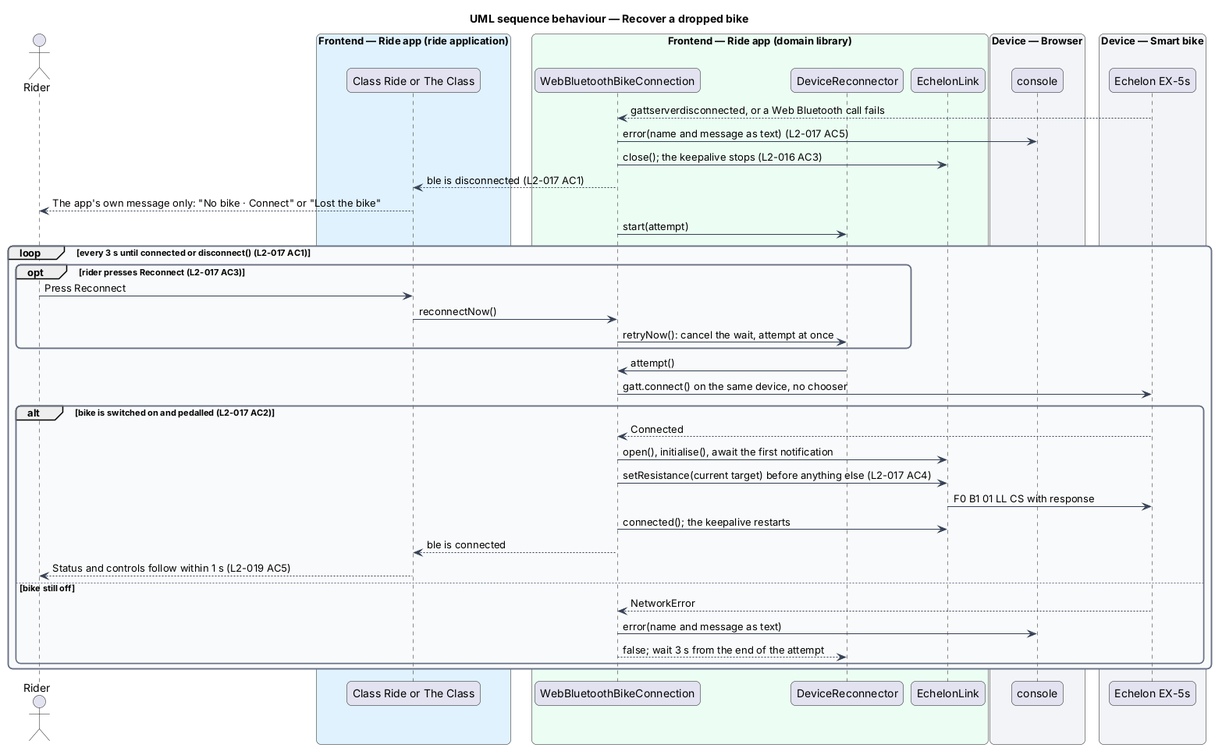
QuinntyneBrown/ride-one keeps this PlantUML diagram as docs/detailed-designs/bike/keep-the-bike-connected/diagrams/sequence-recover-a-dropped-bike.png. Above is the earlier version. The source it was exported from:
```plantuml
@startuml
title UML sequence behaviour — Recover a dropped bike
skinparam backgroundColor #FFFFFF
skinparam shadowing false
skinparam roundcorner 12
skinparam defaultFontName Arial
skinparam ArrowColor #344054
skinparam rectangle {
  BorderColor #344054
  FontColor #101828
}
skinparam package {
  BorderColor #667085
  FontColor #101828
  BackgroundColor #F9FAFB
}
actor "Rider" as rider
box "Frontend — Ride app (ride application)" #E0F2FE
  participant "Class Ride or The Class" as screen
end box
box "Frontend — Ride app (domain library)" #ECFDF3
  participant "WebBluetoothBikeConnection" as conn
  participant "DeviceReconnector" as recon
  participant "EchelonLink" as link
end box
box "Device — Browser" #F2F4F7
  participant "console" as console
end box
box "Device — Smart bike" #F2F4F7
  participant "Echelon EX-5s" as bike
end box
bike --> conn : gattserverdisconnected, or a Web Bluetooth call fails
conn -> console : error(name and message as text) (L2-017 AC5)
conn -> link : close(); the keepalive stops (L2-016 AC3)
conn --> screen : ble is disconnected (L2-017 AC1)
screen --> rider : The app's own message only: "No bike · Connect" or "Lost the bike"
conn -> recon : start(attempt)
loop every 3 s until connected or disconnect() (L2-017 AC1)
  opt rider presses Reconnect (L2-017 AC3)
    rider -> screen : Press Reconnect
    screen -> conn : reconnectNow()
    conn -> recon : retryNow(): cancel the wait, attempt at once
  end
  recon -> conn : attempt()
  conn -> bike : gatt.connect() on the same device, no chooser
  alt bike is switched on and pedalled (L2-017 AC2)
    bike --> conn : Connected
    conn -> link : open(), initialise(), await the first notification
    conn -> link : setResistance(current target) before anything else (L2-017 AC4)
    link -> bike : F0 B1 01 LL CS with response
    conn -> link : connected(); the keepalive restarts
    conn --> screen : ble is connected
    screen --> rider : Status and controls follow within 1 s (L2-019 AC5)
  else bike still off
    bike --> conn : NetworkError
    conn -> console : error(name and message as text)
    conn --> recon : false; wait 3 s from the end of the attempt
  end
end
@enduml
```
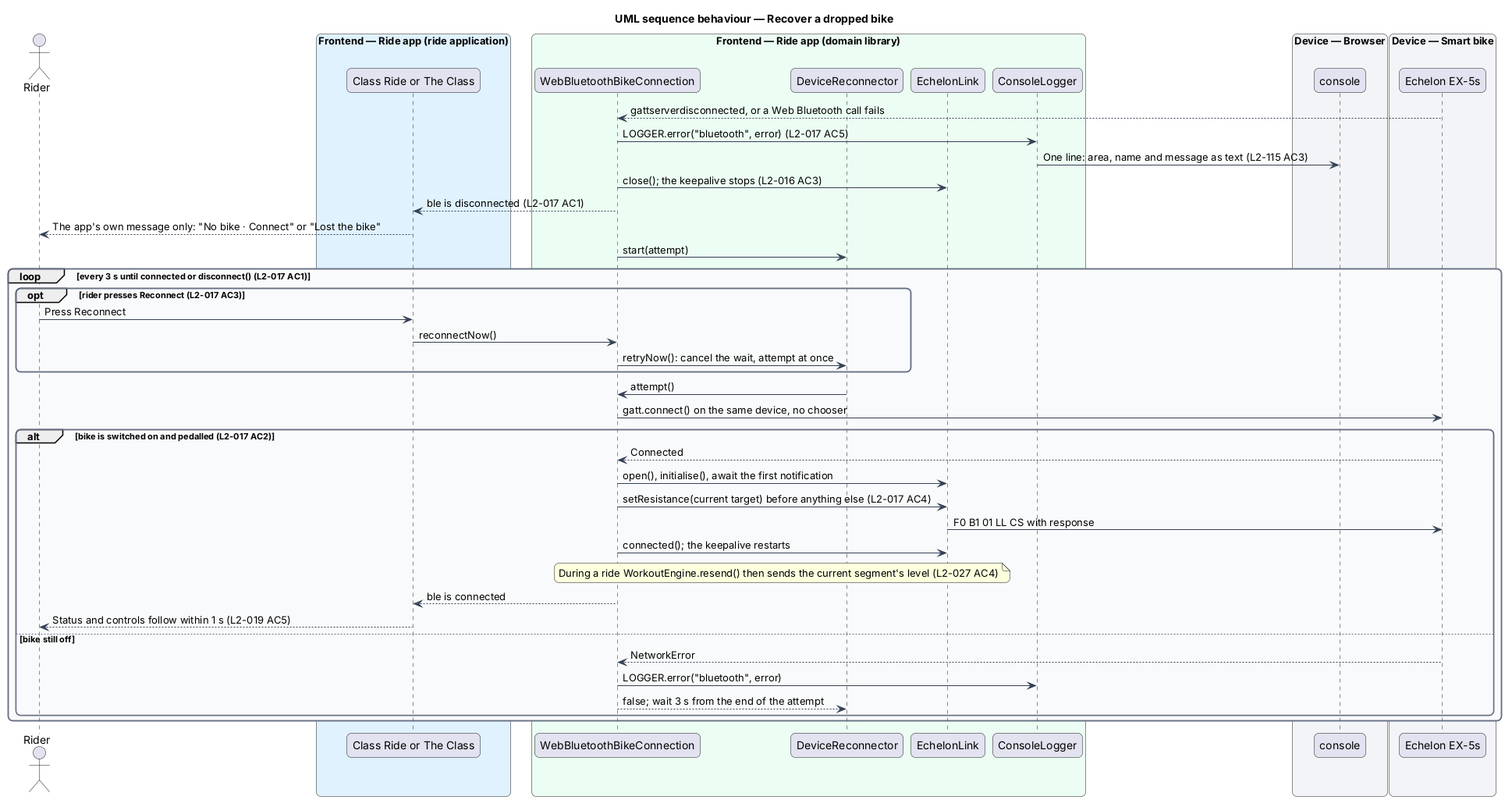
Above is the later version.

What changed in the source:
```diff
@@ -22,6 +22,7 @@
   participant "WebBluetoothBikeConnection" as conn
   participant "DeviceReconnector" as recon
   participant "EchelonLink" as link
+  participant "ConsoleLogger" as logger
 end box
 box "Device — Browser" #F2F4F7
   participant "console" as console
@@ -30,7 +31,8 @@
   participant "Echelon EX-5s" as bike
 end box
 bike --> conn : gattserverdisconnected, or a Web Bluetooth call fails
-conn -> console : error(name and message as text) (L2-017 AC5)
+conn -> logger : LOGGER.error("bluetooth", error) (L2-017 AC5)
+logger -> console : One line: area, name and message as text (L2-115 AC3)
 conn -> link : close(); the keepalive stops (L2-016 AC3)
 conn --> screen : ble is disconnected (L2-017 AC1)
 screen --> rider : The app's own message only: "No bike · Connect" or "Lost the bike"
@@ -49,11 +51,12 @@
     conn -> link : setResistance(current target) before anything else (L2-017 AC4)
     link -> bike : F0 B1 01 LL CS with response
     conn -> link : connected(); the keepalive restarts
+    note over conn, link : During a ride WorkoutEngine.resend() then sends the current segment's level (L2-027 AC4)
     conn --> screen : ble is connected
     screen --> rider : Status and controls follow within 1 s (L2-019 AC5)
   else bike still off
     bike --> conn : NetworkError
-    conn -> console : error(name and message as text)
+    conn -> logger : LOGGER.error("bluetooth", error)
     conn --> recon : false; wait 3 s from the end of the attempt
   end
 end
```
